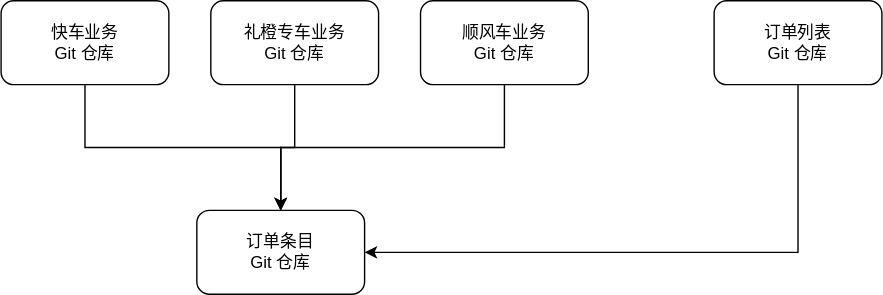
Earlier version of the draw.io export docs/Integration/DiscreteUI/repeated-ui-dependency.drawio.svg (taowen/modularization-examples). Source tidied: cells renumbered, new cells last; positions are measured from the earlier drawing's top-left corner, leaving out a move shared by most shapes.
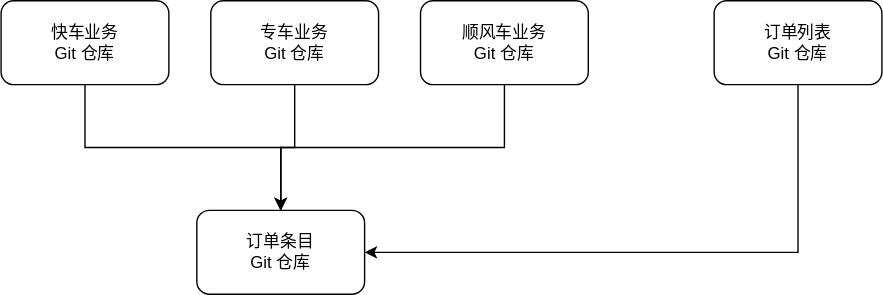
The same file after the commit.

Change to the diagram source:
```diff
@@ -14,7 +14,7 @@
     <mxCell id="5" style="edgeStyle=orthogonalEdgeStyle;rounded=0;jettySize=auto;html=1;exitX=0.5;exitY=1;exitDx=0;exitDy=0;" parent="1" edge="1" source="6" target="2">
       <mxGeometry relative="1" as="geometry" />
     </mxCell>
-    <mxCell id="6" value="礼橙专车业务&lt;br&gt;Git 仓库" style="rounded=1;whiteSpace=wrap;html=1;" parent="1" vertex="1">
+    <mxCell id="6" value="专车业务&lt;br&gt;Git 仓库" style="rounded=1;whiteSpace=wrap;html=1;" parent="1" vertex="1">
       <mxGeometry x="150" width="120" height="60" as="geometry" />
     </mxCell>
     <mxCell id="7" style="edgeStyle=orthogonalEdgeStyle;rounded=0;jettySize=auto;html=1;exitX=0.5;exitY=1;exitDx=0;exitDy=0;entryX=0.5;entryY=0;entryDx=0;entryDy=0;" parent="1" edge="1" source="8" target="2">
```
